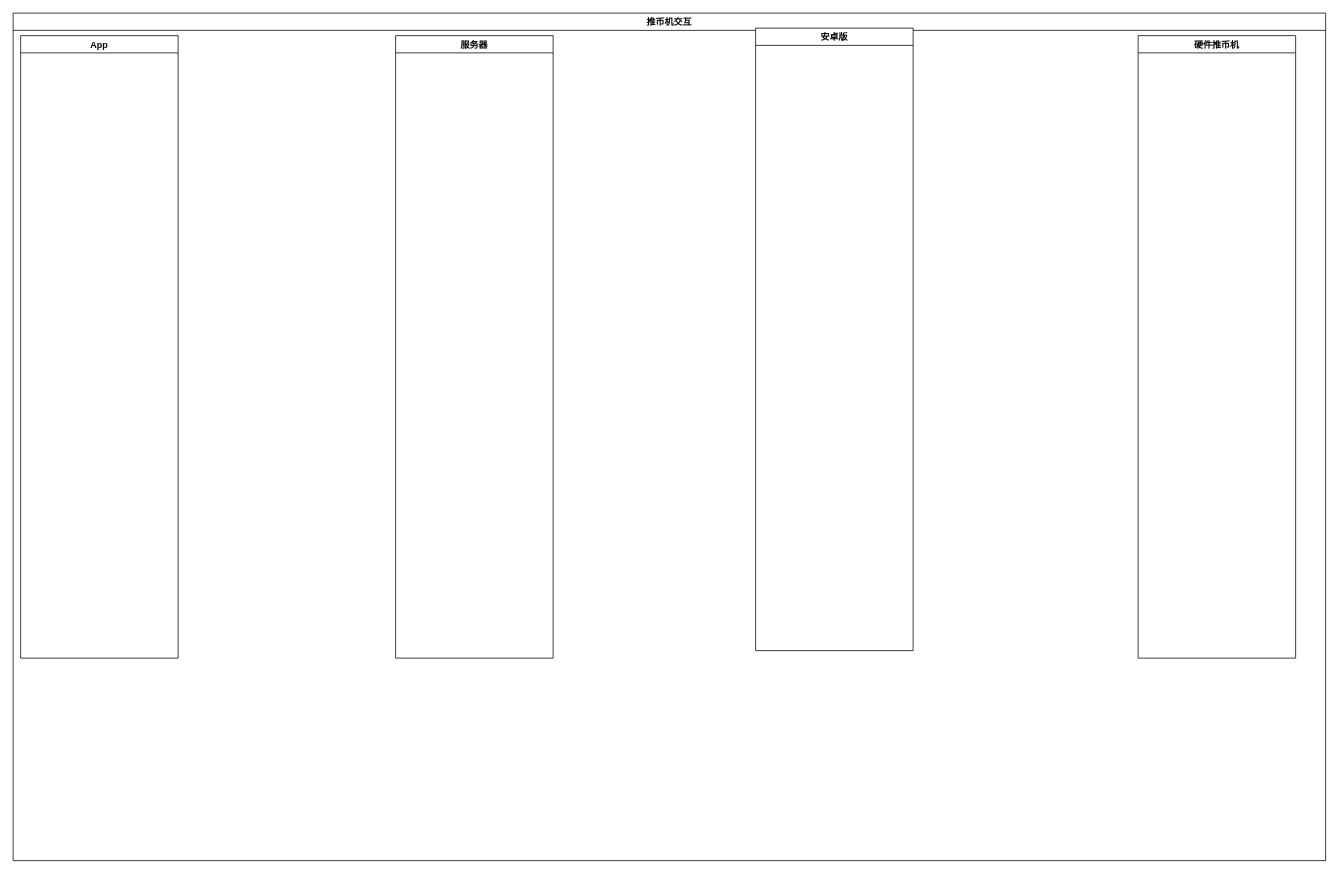
Earlier version of the draw.io diagram 推币机交互.drawio (lianaidi/xxx). Source tidied: cells renumbered, new cells numbered last; positions are measured from the earlier drawing's top-left corner, leaving out a move shared by most shapes. Both pictures are drawn from the tidied source at 75%, with x=0, y=0 at pixel (13, 13).
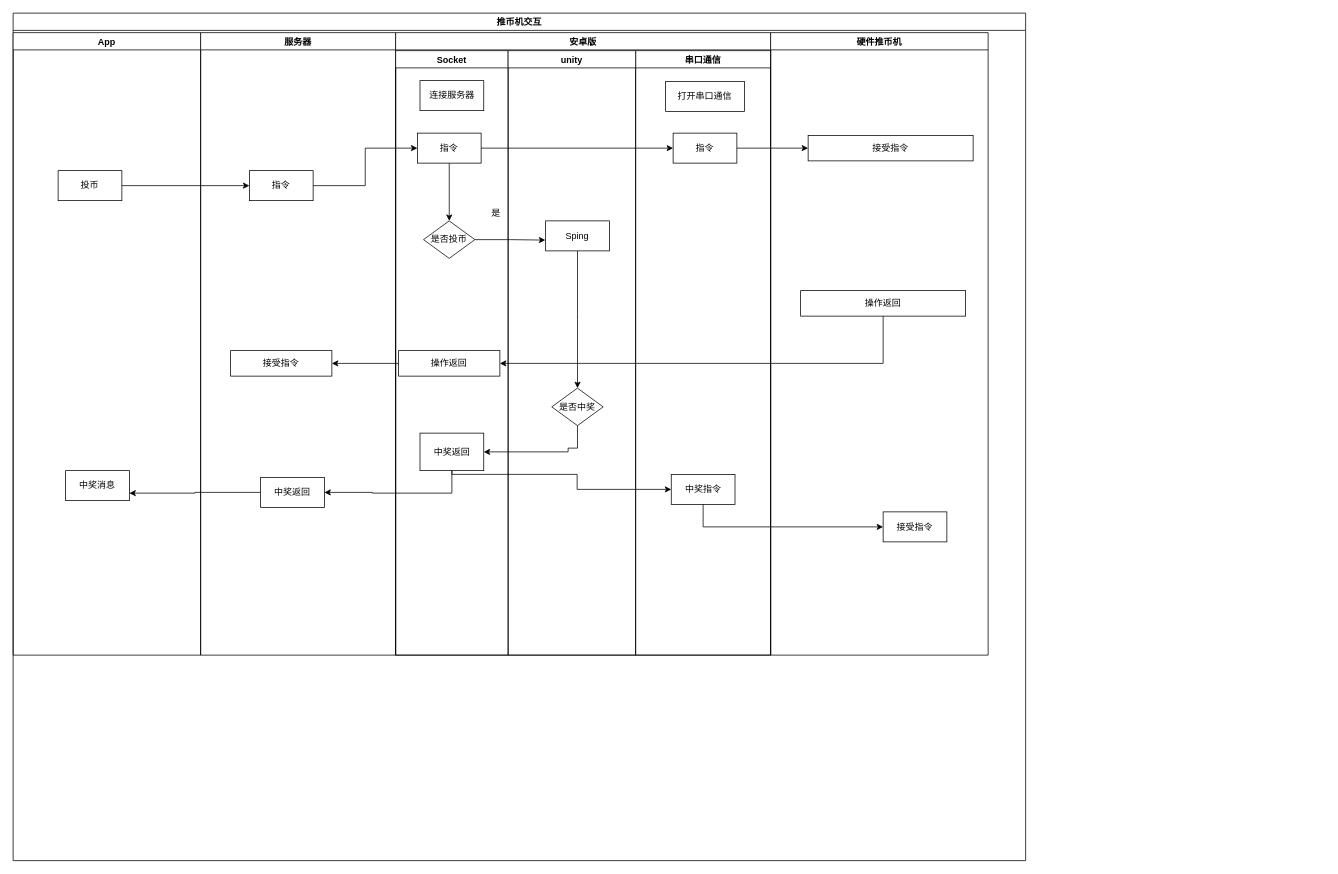
The same page after the edit.

Commit message:
Update 推币机交互.drawio

The edit, as a diff of the source:
```diff
@@
     <mxCell id="2" value="推币机交互" style="swimlane;" parent="1" vertex="1">
-      <mxGeometry width="1750" height="1130" as="geometry" />
+      <mxGeometry width="1350" height="1130" as="geometry" />
     </mxCell>
     <mxCell id="3" value="App" style="swimlane;" parent="2" vertex="1">
-      <mxGeometry x="10" y="30" width="210" height="830" as="geometry" />
+      <mxGeometry y="26" width="250" height="830" as="geometry" />
     </mxCell>
+    <mxCell id="7" value="投币" style="rounded=0;whiteSpace=wrap;html=1;" parent="3" vertex="1">
+      <mxGeometry x="60" y="184" width="85" height="40" as="geometry" />
+    </mxCell>
+    <mxCell id="8" value="中奖消息" style="rounded=0;whiteSpace=wrap;html=1;" parent="3" vertex="1">
+      <mxGeometry x="70" y="584" width="85" height="40" as="geometry" />
+    </mxCell>
     <mxCell id="4" value="服务器" style="swimlane;" parent="2" vertex="1">
-      <mxGeometry x="510" y="30" width="210" height="830" as="geometry" />
+      <mxGeometry x="250" y="26" width="260" height="830" as="geometry" />
     </mxCell>
+    <mxCell id="9" value="指令" style="rounded=0;whiteSpace=wrap;html=1;" parent="4" vertex="1">
+      <mxGeometry x="65" y="184" width="85" height="40" as="geometry" />
+    </mxCell>
+    <mxCell id="10" value="接受指令" style="rounded=0;whiteSpace=wrap;html=1;" parent="4" vertex="1">
+      <mxGeometry x="40" y="424" width="135" height="34" as="geometry" />
+    </mxCell>
+    <mxCell id="11" value="中奖返回" style="rounded=0;whiteSpace=wrap;html=1;" parent="4" vertex="1">
+      <mxGeometry x="80" y="593" width="85" height="40" as="geometry" />
+    </mxCell>
     <mxCell id="5" value="安卓版" style="swimlane;" parent="2" vertex="1">
-      <mxGeometry x="990" y="20" width="210" height="830" as="geometry" />
+      <mxGeometry x="510" y="26" width="500" height="830" as="geometry" />
     </mxCell>
+    <mxCell id="12" value="串口通信" style="swimlane;" parent="5" vertex="1">
+      <mxGeometry x="320" y="24" width="180" height="806" as="geometry" />
+    </mxCell>
+    <mxCell id="13" value="打开串口通信" style="rounded=0;whiteSpace=wrap;html=1;" parent="12" vertex="1">
+      <mxGeometry x="40" y="41" width="105" height="40" as="geometry" />
+    </mxCell>
+    <mxCell id="14" value="指令" style="rounded=0;whiteSpace=wrap;html=1;" parent="12" vertex="1">
+      <mxGeometry x="50" y="110" width="85" height="40" as="geometry" />
+    </mxCell>
+    <mxCell id="15" value="中奖指令" style="rounded=0;whiteSpace=wrap;html=1;" parent="12" vertex="1">
+      <mxGeometry x="47.5" y="565" width="85" height="40" as="geometry" />
+    </mxCell>
+    <mxCell id="16" value="Socket" style="swimlane;" parent="5" vertex="1">
+      <mxGeometry y="24" width="150" height="806" as="geometry" />
+    </mxCell>
+    <mxCell id="17" value="连接服务器" style="rounded=0;whiteSpace=wrap;html=1;" parent="16" vertex="1">
+      <mxGeometry x="32.5" y="40" width="85" height="40" as="geometry" />
+    </mxCell>
+    <mxCell id="18" value="指令" style="rounded=0;whiteSpace=wrap;html=1;" parent="16" vertex="1">
+      <mxGeometry x="29" y="110" width="85" height="40" as="geometry" />
+    </mxCell>
+    <mxCell id="19" value="是" style="text;html=1;strokeColor=none;fillColor=none;align=center;verticalAlign=middle;whiteSpace=wrap;rounded=0;" parent="16" vertex="1">
+      <mxGeometry x="104" y="202" width="60" height="30" as="geometry" />
+    </mxCell>
+    <mxCell id="20" value="操作返回" style="rounded=0;whiteSpace=wrap;html=1;" parent="16" vertex="1">
+      <mxGeometry x="4" y="400" width="135" height="34" as="geometry" />
+    </mxCell>
+    <mxCell id="21" value="是否投币" style="rhombus;whiteSpace=wrap;html=1;rounded=0;" parent="16" vertex="1">
+      <mxGeometry x="37.2" y="227" width="68.5" height="50" as="geometry" />
+    </mxCell>
+    <mxCell id="22" style="edgeStyle=orthogonalEdgeStyle;rounded=0;jettySize=auto;html=1;" parent="16" edge="1" source="18" target="21">
+      <mxGeometry relative="1" as="geometry" />
+    </mxCell>
+    <mxCell id="23" value="中奖返回" style="rounded=0;whiteSpace=wrap;html=1;" parent="16" vertex="1">
+      <mxGeometry x="32.5" y="510" width="85" height="50" as="geometry" />
+    </mxCell>
+    <mxCell id="24" value="unity" style="swimlane;" parent="5" vertex="1">
+      <mxGeometry x="150" y="24" width="170" height="806" as="geometry" />
+    </mxCell>
+    <mxCell id="25" style="edgeStyle=orthogonalEdgeStyle;rounded=0;jettySize=auto;html=1;entryX=0.5;entryY=0;entryDx=0;entryDy=0;" parent="24" edge="1" source="26">
+      <mxGeometry relative="1" as="geometry">
+        <mxPoint x="92.5" y="450" as="targetPoint" />
+      </mxGeometry>
+    </mxCell>
+    <mxCell id="26" value="Sping" style="rounded=0;whiteSpace=wrap;html=1;" parent="24" vertex="1">
+      <mxGeometry x="50" y="227" width="85" height="40" as="geometry" />
+    </mxCell>
+    <mxCell id="27" value="是否中奖" style="rhombus;whiteSpace=wrap;html=1;rounded=0;" parent="24" vertex="1">
+      <mxGeometry x="58.2" y="450" width="68.5" height="50" as="geometry" />
+    </mxCell>
+    <mxCell id="28" style="edgeStyle=orthogonalEdgeStyle;rounded=0;jettySize=auto;html=1;entryX=0;entryY=0.5;entryDx=0;entryDy=0;" parent="5" edge="1" source="18" target="14">
+      <mxGeometry relative="1" as="geometry" />
+    </mxCell>
+    <mxCell id="29" style="edgeStyle=orthogonalEdgeStyle;rounded=0;jettySize=auto;html=1;entryX=-0.005;entryY=0.641;entryDx=0;entryDy=0;entryPerimeter=0;" parent="5" edge="1" source="21" target="26">
+      <mxGeometry relative="1" as="geometry" />
+    </mxCell>
+    <mxCell id="30" style="edgeStyle=orthogonalEdgeStyle;rounded=0;jettySize=auto;html=1;entryX=1;entryY=0.5;entryDx=0;entryDy=0;exitX=0.5;exitY=1;exitDx=0;exitDy=0;" parent="5" edge="1" source="27" target="23">
+      <mxGeometry relative="1" as="geometry">
+        <Array as="points">
+          <mxPoint x="242" y="554" />
+          <mxPoint x="230" y="554" />
+          <mxPoint x="230" y="559" />
+        </Array>
+      </mxGeometry>
+    </mxCell>
+    <mxCell id="31" style="edgeStyle=orthogonalEdgeStyle;rounded=0;jettySize=auto;html=1;entryX=0;entryY=0.5;entryDx=0;entryDy=0;" parent="5" edge="1" source="23" target="15">
+      <mxGeometry relative="1" as="geometry">
+        <Array as="points">
+          <mxPoint x="75" y="589" />
+          <mxPoint x="242" y="589" />
+          <mxPoint x="242" y="609" />
+        </Array>
+      </mxGeometry>
+    </mxCell>
     <mxCell id="6" value="硬件推币机" style="swimlane;" parent="2" vertex="1">
-      <mxGeometry x="1500" y="30" width="210" height="830" as="geometry" />
+      <mxGeometry x="1010" y="26" width="290" height="830" as="geometry" />
     </mxCell>
+    <mxCell id="32" value="接受指令" style="rounded=0;whiteSpace=wrap;html=1;" parent="6" vertex="1">
+      <mxGeometry x="50" y="137" width="220" height="34" as="geometry" />
+    </mxCell>
+    <mxCell id="33" value="操作返回" style="rounded=0;whiteSpace=wrap;html=1;" parent="6" vertex="1">
+      <mxGeometry x="40" y="344" width="220" height="34" as="geometry" />
+    </mxCell>
+    <mxCell id="34" value="接受指令" style="rounded=0;whiteSpace=wrap;html=1;" parent="6" vertex="1">
+      <mxGeometry x="150" y="639" width="85" height="40" as="geometry" />
+    </mxCell>
+    <mxCell id="35" style="edgeStyle=orthogonalEdgeStyle;rounded=0;jettySize=auto;html=1;entryX=0;entryY=0.5;entryDx=0;entryDy=0;" parent="2" edge="1" source="7" target="9">
+      <mxGeometry relative="1" as="geometry" />
+    </mxCell>
+    <mxCell id="36" style="edgeStyle=orthogonalEdgeStyle;rounded=0;jettySize=auto;html=1;entryX=0;entryY=0.5;entryDx=0;entryDy=0;" parent="2" edge="1" source="9" target="18">
+      <mxGeometry relative="1" as="geometry" />
+    </mxCell>
+    <mxCell id="37" style="edgeStyle=orthogonalEdgeStyle;rounded=0;jettySize=auto;html=1;entryX=0;entryY=0.5;entryDx=0;entryDy=0;" parent="2" edge="1" source="14" target="32">
+      <mxGeometry relative="1" as="geometry" />
+    </mxCell>
+    <mxCell id="38" style="edgeStyle=orthogonalEdgeStyle;rounded=0;jettySize=auto;html=1;entryX=1;entryY=0.5;entryDx=0;entryDy=0;" parent="2" edge="1" source="33" target="20">
+      <mxGeometry relative="1" as="geometry">
+        <Array as="points">
+          <mxPoint x="1160" y="467" />
+        </Array>
+      </mxGeometry>
+    </mxCell>
+    <mxCell id="39" style="edgeStyle=orthogonalEdgeStyle;rounded=0;jettySize=auto;html=1;entryX=1;entryY=0.5;entryDx=0;entryDy=0;" parent="2" edge="1" source="20" target="10">
+      <mxGeometry relative="1" as="geometry" />
+    </mxCell>
+    <mxCell id="40" style="edgeStyle=orthogonalEdgeStyle;rounded=0;jettySize=auto;html=1;entryX=1;entryY=0.5;entryDx=0;entryDy=0;" parent="2" edge="1" source="23" target="11">
+      <mxGeometry relative="1" as="geometry">
+        <Array as="points">
+          <mxPoint x="585" y="640" />
+          <mxPoint x="479" y="640" />
+        </Array>
+      </mxGeometry>
+    </mxCell>
+    <mxCell id="41" style="edgeStyle=orthogonalEdgeStyle;rounded=0;jettySize=auto;html=1;entryX=1;entryY=0.75;entryDx=0;entryDy=0;" parent="2" edge="1" source="11" target="8">
+      <mxGeometry relative="1" as="geometry" />
+    </mxCell>
+    <mxCell id="42" style="edgeStyle=orthogonalEdgeStyle;rounded=0;jettySize=auto;html=1;entryX=0;entryY=0.5;entryDx=0;entryDy=0;" parent="2" edge="1" source="15" target="34">
+      <mxGeometry relative="1" as="geometry">
+        <Array as="points">
+          <mxPoint x="920" y="685" />
+        </Array>
+      </mxGeometry>
+    </mxCell>
```
